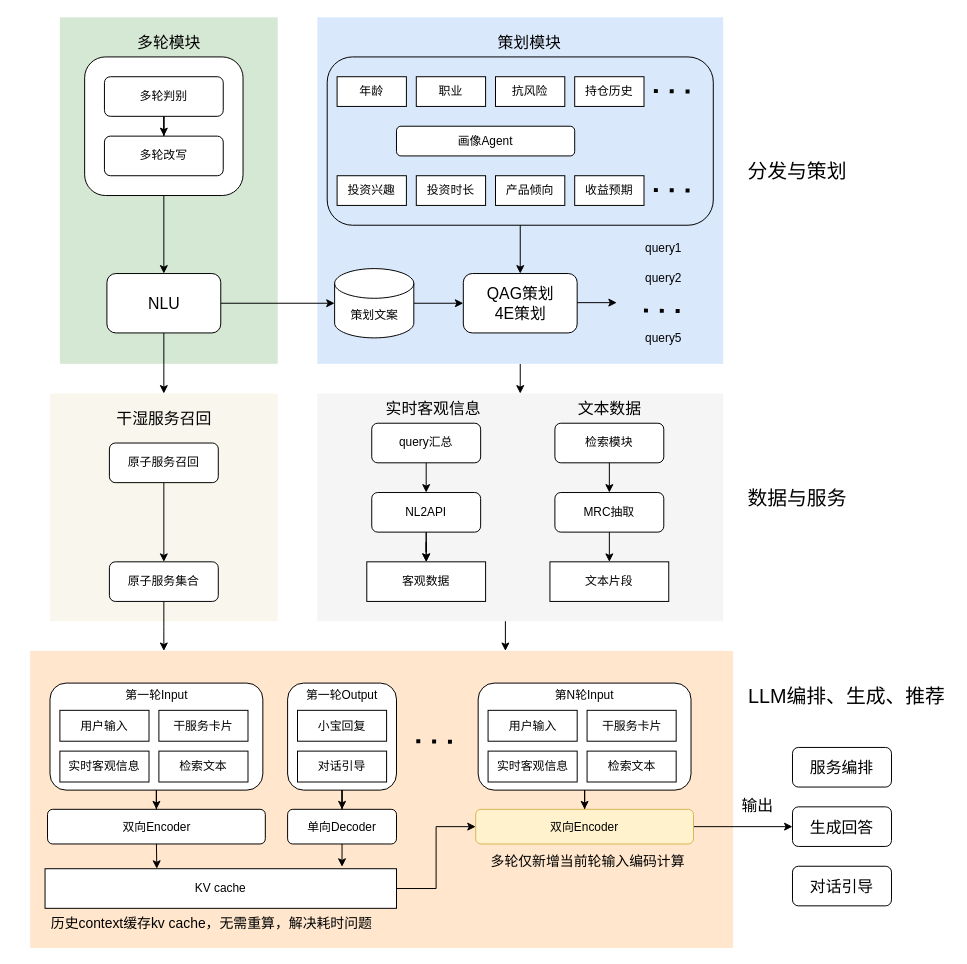
Earlier version of the draw.io diagram QAG+生成.drawio (ZhangHammer/ZhangHammer). Source tidied: cells renumbered, new cells numbered last; positions are measured from the earlier drawing's top-left corner, leaving out a move shared by most shapes. Both pictures are drawn from the tidied source at 99%, with x=0, y=0 at pixel (17, 17).
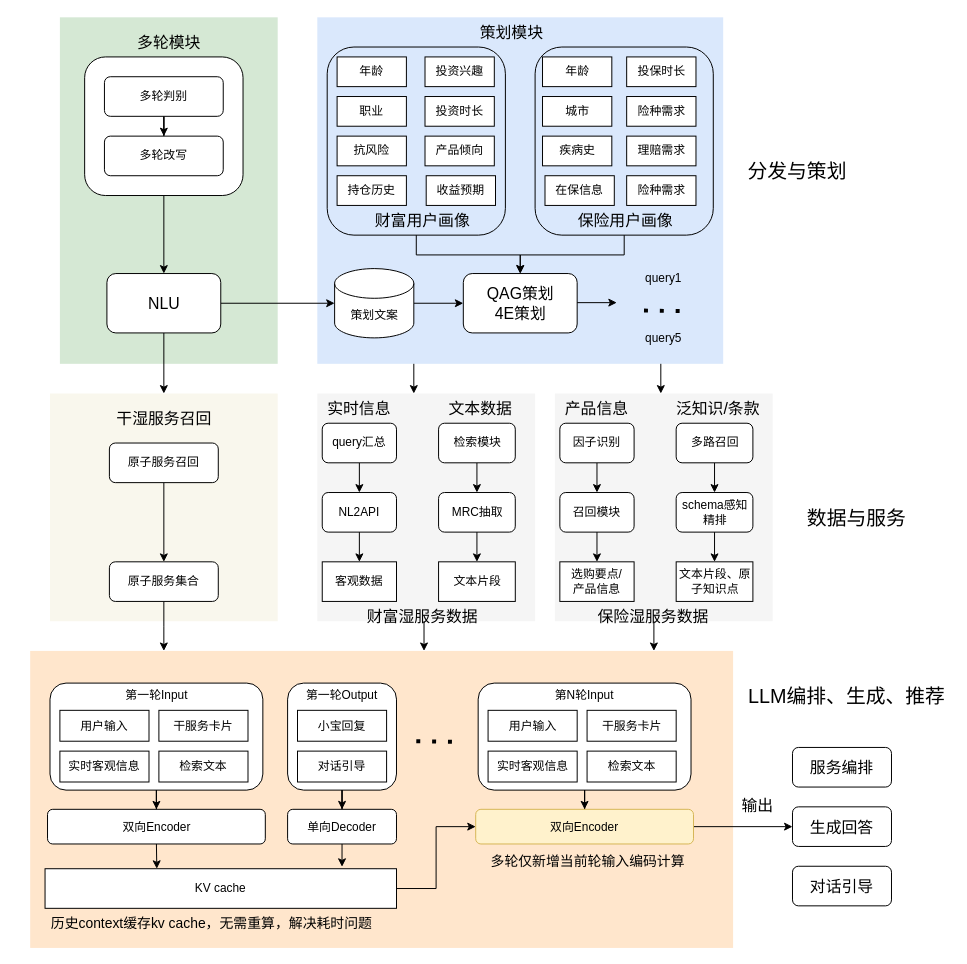
The same diagram, later.

Unchanged cells that the change refers to:
```xml
<mxCell id="30" value="&lt;font style=&quot;font-size: 16px;&quot;&gt;QAG策划&lt;/font&gt;&lt;div&gt;&lt;font style=&quot;font-size: 16px;&quot;&gt;4E策划&lt;/font&gt;&lt;/div&gt;" style="rounded=1;whiteSpace=wrap;html=1;" parent="1" vertex="1">
  <mxGeometry x="450.5" y="258.8" width="115" height="60" as="geometry" />
</mxCell>
```

Diff of the diagram source:
```diff
@@
+    <mxCell id="8" style="rounded=0;whiteSpace=wrap;html=1;fillColor=#dae8fc;strokeColor=none;" parent="1" vertex="1">
+      <mxGeometry x="303" width="410" height="350" as="geometry" />
+    </mxCell>
+    <mxCell id="95" style="edgeStyle=orthogonalEdgeStyle;rounded=0;jettySize=auto;html=1;exitX=0.5;exitY=1;exitDx=0;exitDy=0;entryX=0.5;entryY=0;entryDx=0;entryDy=0;" parent="1" edge="1" source="96" target="30">
+      <mxGeometry relative="1" as="geometry">
+        <Array as="points">
+          <mxPoint x="613" y="240" />
+          <mxPoint x="508" y="240" />
+        </Array>
+      </mxGeometry>
+    </mxCell>
+    <mxCell id="96" style="rounded=1;whiteSpace=wrap;html=1;fillColor=none;" parent="1" vertex="1">
+      <mxGeometry x="523" y="30" width="180" height="190" as="geometry" />
+    </mxCell>
@@
     <mxCell id="6" style="rounded=0;whiteSpace=wrap;html=1;fillColor=#f5f5f5;fontColor=#333333;strokeColor=none;" parent="1" vertex="1">
-      <mxGeometry x="303" y="380" width="410" height="230" as="geometry" />
+      <mxGeometry x="303" y="380" width="220" height="230" as="geometry" />
     </mxCell>
-    <mxCell id="7" style="edgeStyle=orthogonalEdgeStyle;rounded=0;jettySize=auto;html=1;exitX=0.5;exitY=1;exitDx=0;exitDy=0;entryX=0.5;entryY=0;entryDx=0;entryDy=0;" parent="1" edge="1" source="8" target="6">
-      <mxGeometry relative="1" as="geometry" />
-    </mxCell>
-    <mxCell id="8" style="rounded=0;whiteSpace=wrap;html=1;fillColor=#dae8fc;strokeColor=none;" parent="1" vertex="1">
-      <mxGeometry x="303" width="410" height="350" as="geometry" />
-    </mxCell>
     <mxCell id="9" style="edgeStyle=orthogonalEdgeStyle;rounded=0;jettySize=auto;html=1;exitX=0.5;exitY=1;exitDx=0;exitDy=0;entryX=0.5;entryY=0;entryDx=0;entryDy=0;" parent="1" edge="1" source="10" target="30">
-      <mxGeometry relative="1" as="geometry" />
+      <mxGeometry relative="1" as="geometry">
+        <Array as="points">
+          <mxPoint x="403" y="240" />
+          <mxPoint x="508" y="240" />
+        </Array>
+      </mxGeometry>
     </mxCell>
     <mxCell id="10" style="rounded=1;whiteSpace=wrap;html=1;fillColor=none;" parent="1" vertex="1">
-      <mxGeometry x="313" y="40" width="390" height="170" as="geometry" />
+      <mxGeometry x="313" y="30" width="180" height="190" as="geometry" />
     </mxCell>
@@
     <mxCell id="20" value="年龄" style="rounded=0;whiteSpace=wrap;html=1;" parent="1" vertex="1">
-      <mxGeometry x="323" y="60" width="70" height="30" as="geometry" />
+      <mxGeometry x="323" y="40" width="70" height="30" as="geometry" />
     </mxCell>
     <mxCell id="21" value="职业" style="rounded=0;whiteSpace=wrap;html=1;" parent="1" vertex="1">
-      <mxGeometry x="403" y="60" width="70" height="30" as="geometry" />
+      <mxGeometry x="323" y="80" width="70" height="30" as="geometry" />
     </mxCell>
     <mxCell id="22" value="抗风险" style="rounded=0;whiteSpace=wrap;html=1;" parent="1" vertex="1">
-      <mxGeometry x="483" y="60" width="70" height="30" as="geometry" />
+      <mxGeometry x="323" y="120" width="70" height="30" as="geometry" />
     </mxCell>
     <mxCell id="23" value="持仓历史" style="rounded=0;whiteSpace=wrap;html=1;" parent="1" vertex="1">
-      <mxGeometry x="563" y="60" width="70" height="30" as="geometry" />
+      <mxGeometry x="323" y="160" width="70" height="30" as="geometry" />
     </mxCell>
-    <mxCell id="24" style="endArrow=none;dashed=1;html=1;dashPattern=1 3;strokeWidth=4;rounded=0;" parent="1" edge="1">
-      <mxGeometry relative="1" as="geometry">
-        <mxPoint x="643" y="74.5" as="sourcePoint" />
-        <mxPoint x="683" y="75" as="targetPoint" />
-      </mxGeometry>
-    </mxCell>
-    <mxCell id="25" value="画像Agent" style="rounded=1;whiteSpace=wrap;html=1;" parent="1" vertex="1">
-      <mxGeometry x="383" y="110" width="180" height="30" as="geometry" />
-    </mxCell>
     <mxCell id="26" value="投资兴趣" style="rounded=0;whiteSpace=wrap;html=1;" parent="1" vertex="1">
-      <mxGeometry x="323" y="160" width="70" height="30" as="geometry" />
+      <mxGeometry x="411.8" y="40" width="70" height="30" as="geometry" />
     </mxCell>
     <mxCell id="27" value="产品倾向" style="rounded=0;whiteSpace=wrap;html=1;" parent="1" vertex="1">
-      <mxGeometry x="483" y="160" width="70" height="30" as="geometry" />
+      <mxGeometry x="411.8" y="120" width="70" height="30" as="geometry" />
     </mxCell>
     <mxCell id="28" value="收益预期" style="rounded=0;whiteSpace=wrap;html=1;" parent="1" vertex="1">
-      <mxGeometry x="563" y="160" width="70" height="30" as="geometry" />
+      <mxGeometry x="413" y="160" width="70" height="30" as="geometry" />
     </mxCell>
-    <mxCell id="29" style="endArrow=none;dashed=1;html=1;dashPattern=1 3;strokeWidth=4;rounded=0;" parent="1" edge="1">
-      <mxGeometry relative="1" as="geometry">
-        <mxPoint x="643" y="174.5" as="sourcePoint" />
-        <mxPoint x="683" y="175" as="targetPoint" />
-      </mxGeometry>
-    </mxCell>
@@
     <mxCell id="33" value="query1" style="text;html=1;strokeColor=none;fillColor=none;align=center;verticalAlign=middle;whiteSpace=wrap;rounded=0;" parent="1" vertex="1">
-      <mxGeometry x="623" y="220" width="60" height="28.8" as="geometry" />
+      <mxGeometry x="623" y="250" width="60" height="28.8" as="geometry" />
     </mxCell>
-    <mxCell id="34" value="query2" style="text;html=1;strokeColor=none;fillColor=none;align=center;verticalAlign=middle;whiteSpace=wrap;rounded=0;" parent="1" vertex="1">
-      <mxGeometry x="623" y="248.8" width="60" height="30" as="geometry" />
-    </mxCell>
@@
     <mxCell id="37" value="投资时长" style="rounded=0;whiteSpace=wrap;html=1;" parent="1" vertex="1">
-      <mxGeometry x="403" y="160" width="70" height="30" as="geometry" />
+      <mxGeometry x="411.8" y="80" width="70" height="30" as="geometry" />
     </mxCell>
@@
     <mxCell id="41" value="query汇总" style="rounded=1;whiteSpace=wrap;html=1;" parent="1" vertex="1">
-      <mxGeometry x="358" y="410" width="110" height="40" as="geometry" />
+      <mxGeometry x="308" y="410" width="75" height="40" as="geometry" />
     </mxCell>
@@
-    <mxCell id="43" style="edgeStyle=orthogonalEdgeStyle;rounded=0;jettySize=auto;html=1;" parent="1" edge="1" source="44" target="45">
-      <mxGeometry relative="1" as="geometry" />
-    </mxCell>
     <mxCell id="44" value="&lt;font style=&quot;font-size: 12px;&quot;&gt;NL2API&lt;/font&gt;" style="rounded=1;whiteSpace=wrap;html=1;" parent="1" vertex="1">
-      <mxGeometry x="358" y="480" width="110" height="40" as="geometry" />
+      <mxGeometry x="308" y="480" width="75" height="40" as="geometry" />
     </mxCell>
     <mxCell id="45" value="&lt;font style=&quot;font-size: 12px;&quot;&gt;客观数据&lt;/font&gt;" style="rounded=0;whiteSpace=wrap;html=1;" parent="1" vertex="1">
-      <mxGeometry x="353" y="550" width="120" height="40" as="geometry" />
+      <mxGeometry x="308" y="550" width="75" height="40" as="geometry" />
     </mxCell>
@@
     <mxCell id="47" value="检索模块" style="rounded=1;whiteSpace=wrap;html=1;" parent="1" vertex="1">
-      <mxGeometry x="543" y="410" width="110" height="40" as="geometry" />
+      <mxGeometry x="425.5" y="410" width="77.5" height="40" as="geometry" />
     </mxCell>
@@
     <mxCell id="49" value="MRC抽取" style="rounded=1;whiteSpace=wrap;html=1;" parent="1" vertex="1">
-      <mxGeometry x="543" y="480" width="110" height="40" as="geometry" />
+      <mxGeometry x="425.5" y="480" width="77.5" height="40" as="geometry" />
     </mxCell>
     <mxCell id="50" value="文本片段" style="rounded=0;whiteSpace=wrap;html=1;" parent="1" vertex="1">
-      <mxGeometry x="538" y="550" width="120" height="40" as="geometry" />
+      <mxGeometry x="425.5" y="550" width="77.5" height="40" as="geometry" />
     </mxCell>
@@
     <mxCell id="57" style="endArrow=classic;html=1;rounded=0;" parent="1" edge="1">
       <mxGeometry relative="1" as="geometry">
-        <mxPoint x="493" y="610" as="sourcePoint" />
-        <mxPoint x="493" y="640" as="targetPoint" />
+        <mxPoint x="410.8" y="610" as="sourcePoint" />
+        <mxPoint x="410.8" y="640" as="targetPoint" />
       </mxGeometry>
     </mxCell>
@@
     <mxCell id="59" value="策划模块" style="text;html=1;strokeColor=none;fillColor=none;align=center;verticalAlign=middle;whiteSpace=wrap;rounded=0;fontSize=16;" parent="1" vertex="1">
-      <mxGeometry x="450.5" y="10" width="132.5" height="30" as="geometry" />
+      <mxGeometry x="433" width="132.5" height="30" as="geometry" />
     </mxCell>
@@
-    <mxCell id="61" value="实时客观信息" style="text;html=1;strokeColor=none;fillColor=none;align=center;verticalAlign=middle;whiteSpace=wrap;rounded=0;fontSize=16;" parent="1" vertex="1">
-      <mxGeometry x="353" y="380" width="135" height="30" as="geometry" />
+    <mxCell id="61" value="实时信息" style="text;html=1;strokeColor=none;fillColor=none;align=center;verticalAlign=middle;whiteSpace=wrap;rounded=0;fontSize=16;" parent="1" vertex="1">
+      <mxGeometry x="303" y="380" width="85" height="30" as="geometry" />
     </mxCell>
     <mxCell id="62" value="文本数据" style="text;html=1;strokeColor=none;fillColor=none;align=center;verticalAlign=middle;whiteSpace=wrap;rounded=0;fontSize=16;" parent="1" vertex="1">
-      <mxGeometry x="530.5" y="380" width="135" height="30" as="geometry" />
+      <mxGeometry x="423" y="380" width="90" height="30" as="geometry" />
     </mxCell>
@@
-    <mxCell id="64" value="分发与策划" style="text;html=1;strokeColor=none;fillColor=none;align=center;verticalAlign=middle;whiteSpace=wrap;rounded=0;fontSize=20;" parent="1" vertex="1">
-      <mxGeometry x="733" y="140" width="110" height="30" as="geometry" />
-    </mxCell>
     <mxCell id="65" value="数据与服务" style="text;html=1;strokeColor=none;fillColor=none;align=center;verticalAlign=middle;whiteSpace=wrap;rounded=0;fontSize=20;" parent="1" vertex="1">
-      <mxGeometry x="733" y="470" width="110" height="30" as="geometry" />
+      <mxGeometry x="793" y="490" width="110" height="30" as="geometry" />
     </mxCell>
@@
+    <mxCell id="97" value="疾病史" style="rounded=0;whiteSpace=wrap;html=1;" parent="1" vertex="1">
+      <mxGeometry x="530.5" y="120" width="70" height="30" as="geometry" />
+    </mxCell>
+    <mxCell id="98" value="在保信息" style="rounded=0;whiteSpace=wrap;html=1;" parent="1" vertex="1">
+      <mxGeometry x="533" y="160" width="70" height="30" as="geometry" />
+    </mxCell>
+    <mxCell id="99" value="年龄" style="rounded=0;whiteSpace=wrap;html=1;" parent="1" vertex="1">
+      <mxGeometry x="530.5" y="40" width="70" height="30" as="geometry" />
+    </mxCell>
+    <mxCell id="100" value="城市" style="rounded=0;whiteSpace=wrap;html=1;" parent="1" vertex="1">
+      <mxGeometry x="530.5" y="80" width="70" height="30" as="geometry" />
+    </mxCell>
+    <mxCell id="101" value="险种需求" style="rounded=0;whiteSpace=wrap;html=1;" parent="1" vertex="1">
+      <mxGeometry x="615.5" y="160" width="70" height="30" as="geometry" />
+    </mxCell>
+    <mxCell id="102" value="险种需求" style="rounded=0;whiteSpace=wrap;html=1;" parent="1" vertex="1">
+      <mxGeometry x="615.5" y="80" width="70" height="30" as="geometry" />
+    </mxCell>
+    <mxCell id="103" value="理赔需求" style="rounded=0;whiteSpace=wrap;html=1;" parent="1" vertex="1">
+      <mxGeometry x="615.5" y="120" width="70" height="30" as="geometry" />
+    </mxCell>
+    <mxCell id="104" value="投保时长" style="rounded=0;whiteSpace=wrap;html=1;" parent="1" vertex="1">
+      <mxGeometry x="615.5" y="40" width="70" height="30" as="geometry" />
+    </mxCell>
+    <mxCell id="105" value="&lt;font style=&quot;font-size: 16px;&quot;&gt;财富用户画像&lt;/font&gt;" style="text;html=1;align=center;verticalAlign=middle;whiteSpace=wrap;rounded=0;" parent="1" vertex="1">
+      <mxGeometry x="358" y="190" width="102.5" height="30" as="geometry" />
+    </mxCell>
+    <mxCell id="106" value="&lt;font style=&quot;font-size: 16px;&quot;&gt;保险用户画像&lt;/font&gt;" style="text;html=1;align=center;verticalAlign=middle;whiteSpace=wrap;rounded=0;" parent="1" vertex="1">
+      <mxGeometry x="563" y="190" width="102.5" height="30" as="geometry" />
+    </mxCell>
+    <mxCell id="107" style="rounded=0;whiteSpace=wrap;html=1;fillColor=#f5f5f5;fontColor=#333333;strokeColor=none;" parent="1" vertex="1">
+      <mxGeometry x="543" y="380" width="220" height="230" as="geometry" />
+    </mxCell>
+    <mxCell id="108" style="edgeStyle=orthogonalEdgeStyle;rounded=0;jettySize=auto;html=1;exitX=0.5;exitY=1;exitDx=0;exitDy=0;entryX=0.5;entryY=0;entryDx=0;entryDy=0;" parent="1" edge="1" source="109" target="111">
+      <mxGeometry relative="1" as="geometry" />
+    </mxCell>
+    <mxCell id="109" value="因子识别" style="rounded=1;whiteSpace=wrap;html=1;" parent="1" vertex="1">
+      <mxGeometry x="548" y="410" width="75" height="40" as="geometry" />
+    </mxCell>
+    <mxCell id="110" style="edgeStyle=orthogonalEdgeStyle;rounded=0;jettySize=auto;html=1;exitX=0.5;exitY=1;exitDx=0;exitDy=0;entryX=0.5;entryY=0;entryDx=0;entryDy=0;" parent="1" edge="1" source="111" target="112">
+      <mxGeometry relative="1" as="geometry" />
+    </mxCell>
+    <mxCell id="111" value="召回模块" style="rounded=1;whiteSpace=wrap;html=1;" parent="1" vertex="1">
+      <mxGeometry x="548" y="480" width="75" height="40" as="geometry" />
+    </mxCell>
+    <mxCell id="112" value="选购要点/&lt;div&gt;产品信息&lt;/div&gt;" style="rounded=0;whiteSpace=wrap;html=1;" parent="1" vertex="1">
+      <mxGeometry x="548" y="550" width="75" height="40" as="geometry" />
+    </mxCell>
+    <mxCell id="113" style="edgeStyle=orthogonalEdgeStyle;rounded=0;jettySize=auto;html=1;exitX=0.5;exitY=1;exitDx=0;exitDy=0;entryX=0.5;entryY=0;entryDx=0;entryDy=0;" parent="1" edge="1" source="114" target="116">
+      <mxGeometry relative="1" as="geometry" />
+    </mxCell>
+    <mxCell id="114" value="多路召回" style="rounded=1;whiteSpace=wrap;html=1;" parent="1" vertex="1">
+      <mxGeometry x="665.5" y="410" width="77.5" height="40" as="geometry" />
+    </mxCell>
+    <mxCell id="115" style="edgeStyle=orthogonalEdgeStyle;rounded=0;jettySize=auto;html=1;exitX=0.5;exitY=1;exitDx=0;exitDy=0;entryX=0.5;entryY=0;entryDx=0;entryDy=0;" parent="1" edge="1" source="116" target="117">
+      <mxGeometry relative="1" as="geometry" />
+    </mxCell>
+    <mxCell id="116" value="schema感知精排" style="rounded=1;whiteSpace=wrap;html=1;" parent="1" vertex="1">
+      <mxGeometry x="665.5" y="480" width="77.5" height="40" as="geometry" />
+    </mxCell>
+    <mxCell id="117" value="文本片段、原子知识点" style="rounded=0;whiteSpace=wrap;html=1;" parent="1" vertex="1">
+      <mxGeometry x="665.5" y="550" width="77.5" height="40" as="geometry" />
+    </mxCell>
+    <mxCell id="118" value="产品信息" style="text;html=1;strokeColor=none;fillColor=none;align=center;verticalAlign=middle;whiteSpace=wrap;rounded=0;fontSize=16;" parent="1" vertex="1">
+      <mxGeometry x="543" y="380" width="85" height="30" as="geometry" />
+    </mxCell>
+    <mxCell id="119" value="泛知识/条款" style="text;html=1;strokeColor=none;fillColor=none;align=center;verticalAlign=middle;whiteSpace=wrap;rounded=0;fontSize=16;" parent="1" vertex="1">
+      <mxGeometry x="663" y="380" width="90" height="30" as="geometry" />
+    </mxCell>
+    <mxCell id="120" style="endArrow=classic;html=1;rounded=0;" parent="1" edge="1">
+      <mxGeometry relative="1" as="geometry">
+        <mxPoint x="643" y="610" as="sourcePoint" />
+        <mxPoint x="643" y="640" as="targetPoint" />
+      </mxGeometry>
+    </mxCell>
+    <mxCell id="121" value="&lt;font style=&quot;font-size: 16px;&quot;&gt;财富湿服务数据&lt;/font&gt;" style="text;html=1;align=center;verticalAlign=middle;whiteSpace=wrap;rounded=0;" parent="1" vertex="1">
+      <mxGeometry x="338" y="590" width="142.5" height="30" as="geometry" />
+    </mxCell>
+    <mxCell id="122" value="&lt;font style=&quot;font-size: 16px;&quot;&gt;保险湿服务数据&lt;/font&gt;" style="text;html=1;align=center;verticalAlign=middle;whiteSpace=wrap;rounded=0;" parent="1" vertex="1">
+      <mxGeometry x="570.5" y="590" width="142.5" height="30" as="geometry" />
+    </mxCell>
+    <mxCell id="64" value="分发与策划" style="text;html=1;strokeColor=none;fillColor=none;align=center;verticalAlign=middle;whiteSpace=wrap;rounded=0;fontSize=20;" parent="1" vertex="1">
+      <mxGeometry x="733" y="140" width="110" height="30" as="geometry" />
+    </mxCell>
+    <mxCell id="123" style="endArrow=classic;html=1;rounded=0;" parent="1" edge="1">
+      <mxGeometry relative="1" as="geometry">
+        <mxPoint x="400.5" y="350" as="sourcePoint" />
+        <mxPoint x="400.5" y="380" as="targetPoint" />
+      </mxGeometry>
+    </mxCell>
+    <mxCell id="124" style="endArrow=classic;html=1;rounded=0;" parent="1" edge="1">
+      <mxGeometry relative="1" as="geometry">
+        <mxPoint x="650" y="350" as="sourcePoint" />
+        <mxPoint x="650" y="380" as="targetPoint" />
+      </mxGeometry>
+    </mxCell>
```
